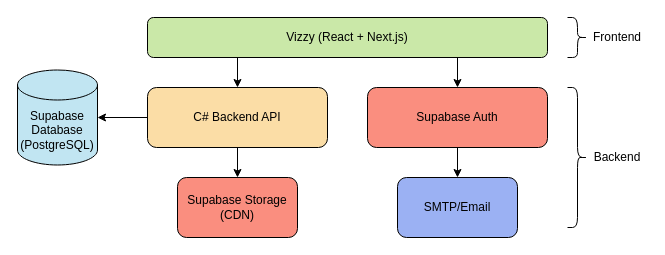
Before: specification/system-architecture.drawio in Basiiii/Vizzy, a draw.io diagram. Source tidied: cells renumbered, new cells numbered last; positions are measured from the earlier drawing's top-left corner, leaving out a move shared by most shapes. Both pictures are drawn from the tidied source at 100%, with x=0, y=0 at pixel (17, 17).
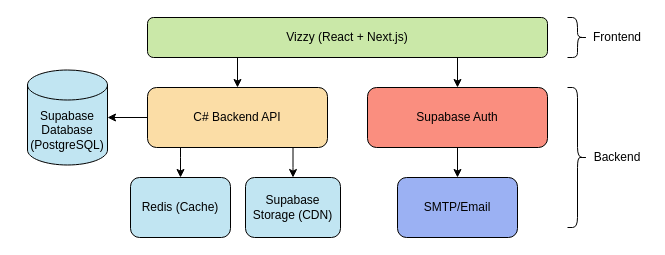
Above is the later version.

Commit message (it also covers changes not shown here):
Atualizar Arquitetura Sistema

Unchanged cells that the change refers to:
```xml
<mxCell id="6" value="C# Backend API" style="rounded=1;whiteSpace=wrap;html=1;fillColor=light-dark(#fbdda6, #FEDBA7);fontColor=#000000;fillStyle=solid;" parent="1" vertex="1">
  <mxGeometry x="130" y="70" width="180" height="60" as="geometry" />
</mxCell>
```

What changed in the source:
```diff
@@
     <mxCell id="5" style="edgeStyle=orthogonalEdgeStyle;rounded=0;jettySize=auto;html=1;entryX=0.5;entryY=0;entryDx=0;entryDy=0;" parent="1" edge="1" source="6" target="9">
-      <mxGeometry relative="1" as="geometry" />
+      <mxGeometry relative="1" as="geometry">
+        <Array as="points">
+          <mxPoint x="276" y="150" />
+        </Array>
+      </mxGeometry>
     </mxCell>
+    <mxCell id="17" style="edgeStyle=orthogonalEdgeStyle;rounded=0;jettySize=auto;html=1;entryX=0.5;entryY=0;entryDx=0;entryDy=0;" parent="1" edge="1" source="6" target="18">
+      <mxGeometry relative="1" as="geometry">
+        <Array as="points">
+          <mxPoint x="163" y="140" />
+          <mxPoint x="163" y="140" />
+        </Array>
+      </mxGeometry>
+    </mxCell>
@@
-    <mxCell id="9" value="Supabase Storage (CDN)" style="rounded=1;whiteSpace=wrap;html=1;fillColor=light-dark(#fa8e7f, #ededed);" parent="1" vertex="1">
-      <mxGeometry x="160" y="160" width="120" height="60" as="geometry" />
+    <mxCell id="9" value="Supabase Storage (CDN)" style="rounded=1;whiteSpace=wrap;html=1;fillColor=light-dark(#c1e5f2, #ededed);" parent="1" vertex="1">
+      <mxGeometry x="228" y="160" width="95" height="60" as="geometry" />
     </mxCell>
     <mxCell id="10" value="Supabase Database (PostgreSQL)" style="shape=cylinder3;whiteSpace=wrap;html=1;boundedLbl=1;backgroundOutline=1;size=15;fillColor=light-dark(#c1e5f2, #ededed);" parent="1" vertex="1">
-      <mxGeometry y="52.5" width="80" height="95" as="geometry" />
+      <mxGeometry x="10" y="52.5" width="80" height="95" as="geometry" />
     </mxCell>
@@
+    <mxCell id="18" value="Redis (Cache)" style="rounded=1;whiteSpace=wrap;html=1;fillColor=light-dark(#c1e5f2, #ededed);" parent="1" vertex="1">
+      <mxGeometry x="113" y="160" width="100" height="60" as="geometry" />
+    </mxCell>
```
